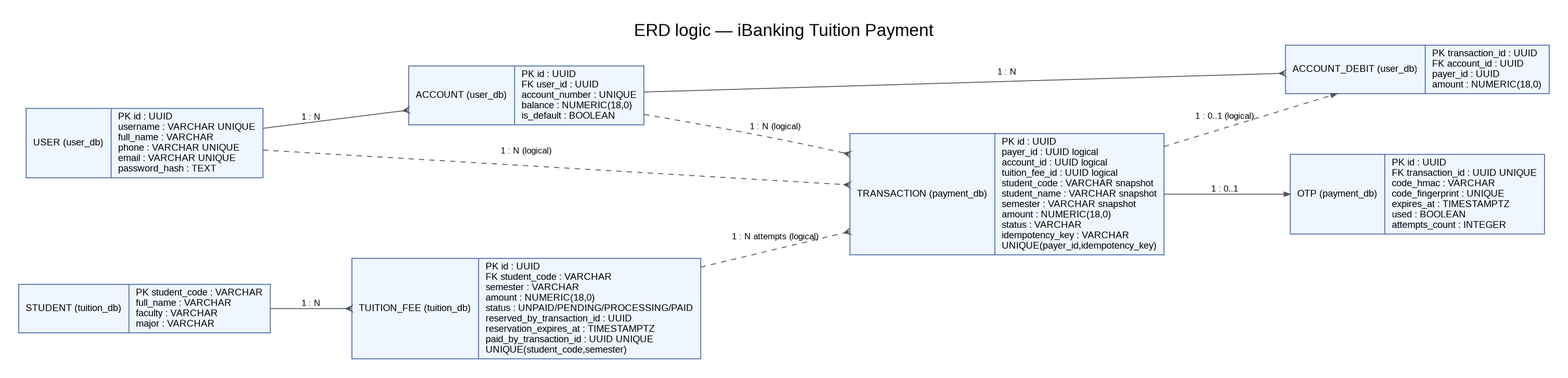
Earlier version of the Graphviz export iBanking_Tuition_Microservices/ibanking-tuition-system/docs/diagrams/erd.png (nguyengiaphat695-coder/SOA-Midterm-Project). Its source is kept beside it as iBanking_Tuition_Microservices/ibanking-tuition-system/docs/diagrams/erd.dot. Source of this version:
```dot
digraph ERD {
  graph [label="ERD logic — iBanking Tuition Payment",labelloc=t,fontsize=20,rankdir=LR,pad=.3,nodesep=.65,ranksep=1.0,fontname="Arial",bgcolor="white"];
  node [shape=record,fontname="Arial",fontsize=11,style="filled",fillcolor="#EFF6FF",color="#4766A9"];
  edge [fontname="Arial",fontsize=10,color="#4B5563",arrowsize=.7];
  USER [label="{USER (user_db)|PK id : UUID\lusername : VARCHAR UNIQUE\lfull_name : VARCHAR\lphone : VARCHAR UNIQUE\lemail : VARCHAR UNIQUE\lpassword_hash : TEXT\l}"];
  ACCOUNT [label="{ACCOUNT (user_db)|PK id : UUID\lFK user_id : UUID\laccount_number : UNIQUE\lbalance : NUMERIC(18,0)\lis_default : BOOLEAN\l}"];
  DEBIT [label="{ACCOUNT_DEBIT (user_db)|PK transaction_id : UUID\lFK account_id : UUID\lpayer_id : UUID\lamount : NUMERIC(18,0)\l}"];
  STUDENT [label="{STUDENT (tuition_db)|PK student_code : VARCHAR\lfull_name : VARCHAR\lfaculty : VARCHAR\lmajor : VARCHAR\l}"];
  FEE [label="{TUITION_FEE (tuition_db)|PK id : UUID\lFK student_code : VARCHAR\lsemester : VARCHAR\lamount : NUMERIC(18,0)\lstatus : UNPAID/PENDING/PROCESSING/PAID\lreserved_by_transaction_id : UUID\lreservation_expires_at : TIMESTAMPTZ\lpaid_by_transaction_id : UUID UNIQUE\lUNIQUE(student_code,semester)\l}"];
  TX [label="{TRANSACTION (payment_db)|PK id : UUID\lpayer_id : UUID logical\laccount_id : UUID logical\ltuition_fee_id : UUID logical\lstudent_code : VARCHAR snapshot\lstudent_name : VARCHAR snapshot\lsemester : VARCHAR snapshot\lamount : NUMERIC(18,0)\lstatus : VARCHAR\lidempotency_key : VARCHAR\lUNIQUE(payer_id,idempotency_key)\l}"];
  OTP [label="{OTP (payment_db)|PK id : UUID\lFK transaction_id : UUID UNIQUE\lcode_hmac : VARCHAR\lcode_fingerprint : UNIQUE\lexpires_at : TIMESTAMPTZ\lused : BOOLEAN\lattempts_count : INTEGER\l}"];
  USER -> ACCOUNT [label="1 : N",arrowhead=crow];
  ACCOUNT -> DEBIT [label="1 : N",arrowhead=crow];
  STUDENT -> FEE [label="1 : N",arrowhead=crow];
  USER -> TX [label="1 : N (logical)",style=dashed,arrowhead=crow];
  ACCOUNT -> TX [label="1 : N (logical)",style=dashed,arrowhead=crow];
  FEE -> TX [label="1 : N attempts (logical)",style=dashed,arrowhead=crow];
  TX -> OTP [label="1 : 0..1",arrowhead=normal];
  TX -> DEBIT [label="1 : 0..1 (logical)",style=dashed,arrowhead=normal];
}
```
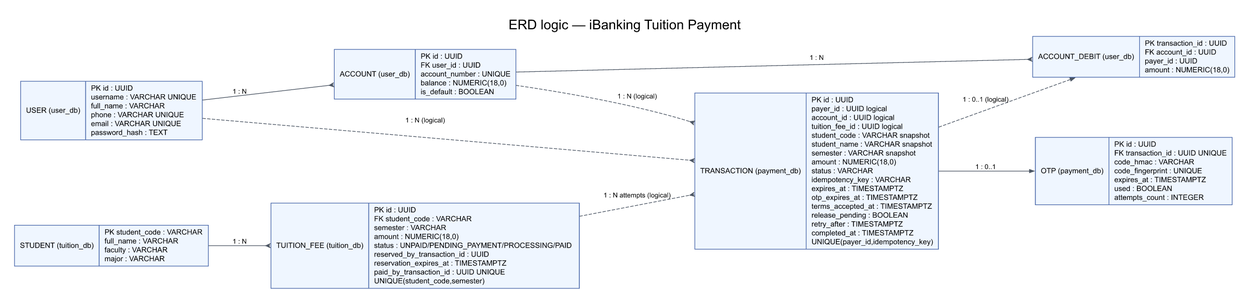
The same file after the commit.

Diff of the diagram source:
```diff
@@ -6,8 +6,8 @@
   ACCOUNT [label="{ACCOUNT (user_db)|PK id : UUID\lFK user_id : UUID\laccount_number : UNIQUE\lbalance : NUMERIC(18,0)\lis_default : BOOLEAN\l}"];
   DEBIT [label="{ACCOUNT_DEBIT (user_db)|PK transaction_id : UUID\lFK account_id : UUID\lpayer_id : UUID\lamount : NUMERIC(18,0)\l}"];
   STUDENT [label="{STUDENT (tuition_db)|PK student_code : VARCHAR\lfull_name : VARCHAR\lfaculty : VARCHAR\lmajor : VARCHAR\l}"];
-  FEE [label="{TUITION_FEE (tuition_db)|PK id : UUID\lFK student_code : VARCHAR\lsemester : VARCHAR\lamount : NUMERIC(18,0)\lstatus : UNPAID/PENDING/PROCESSING/PAID\lreserved_by_transaction_id : UUID\lreservation_expires_at : TIMESTAMPTZ\lpaid_by_transaction_id : UUID UNIQUE\lUNIQUE(student_code,semester)\l}"];
-  TX [label="{TRANSACTION (payment_db)|PK id : UUID\lpayer_id : UUID logical\laccount_id : UUID logical\ltuition_fee_id : UUID logical\lstudent_code : VARCHAR snapshot\lstudent_name : VARCHAR snapshot\lsemester : VARCHAR snapshot\lamount : NUMERIC(18,0)\lstatus : VARCHAR\lidempotency_key : VARCHAR\lUNIQUE(payer_id,idempotency_key)\l}"];
+  FEE [label="{TUITION_FEE (tuition_db)|PK id : UUID\lFK student_code : VARCHAR\lsemester : VARCHAR\lamount : NUMERIC(18,0)\lstatus : UNPAID/PENDING_PAYMENT/PROCESSING/PAID\lreserved_by_transaction_id : UUID\lreservation_expires_at : TIMESTAMPTZ\lpaid_by_transaction_id : UUID UNIQUE\lUNIQUE(student_code,semester)\l}"];
+  TX [label="{TRANSACTION (payment_db)|PK id : UUID\lpayer_id : UUID logical\laccount_id : UUID logical\ltuition_fee_id : UUID logical\lstudent_code : VARCHAR snapshot\lstudent_name : VARCHAR snapshot\lsemester : VARCHAR snapshot\lamount : NUMERIC(18,0)\lstatus : VARCHAR\lidempotency_key : VARCHAR\lexpires_at : TIMESTAMPTZ\lotp_expires_at : TIMESTAMPTZ\lterms_accepted_at : TIMESTAMPTZ\lrelease_pending : BOOLEAN\lretry_after : TIMESTAMPTZ\lcompleted_at : TIMESTAMPTZ\lUNIQUE(payer_id,idempotency_key)\l}"];
   OTP [label="{OTP (payment_db)|PK id : UUID\lFK transaction_id : UUID UNIQUE\lcode_hmac : VARCHAR\lcode_fingerprint : UNIQUE\lexpires_at : TIMESTAMPTZ\lused : BOOLEAN\lattempts_count : INTEGER\l}"];
   USER -> ACCOUNT [label="1 : N",arrowhead=crow];
   ACCOUNT -> DEBIT [label="1 : N",arrowhead=crow];
```
